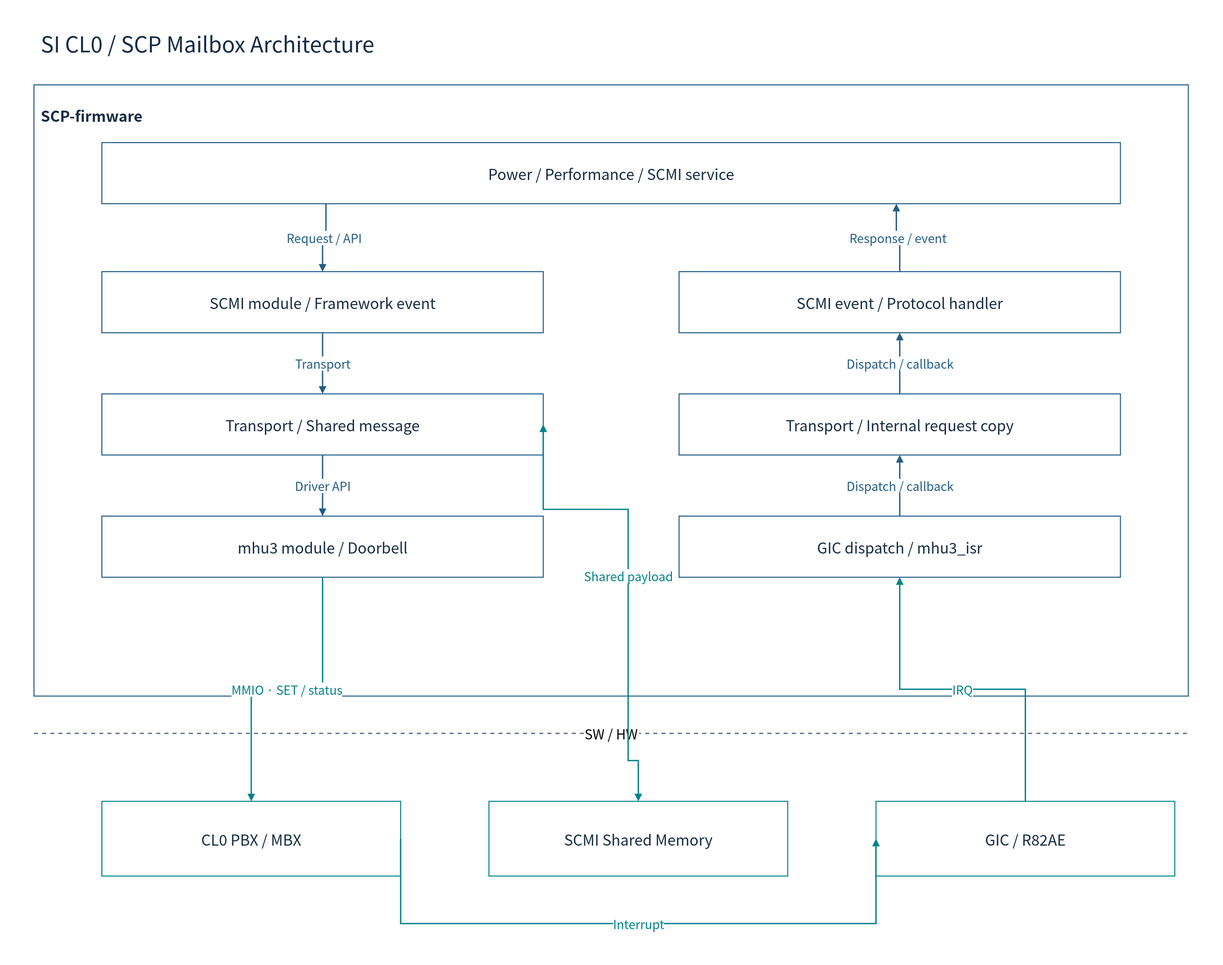
Earlier version of the draw.io export doc/phase1/mailbox/diagrams/17-scp-software.drawio.svg (cometzero/project-apollo). Source tidied: cells renumbered, new cells last; positions are measured from the earlier drawing's top-left corner, leaving out a move shared by most shapes.
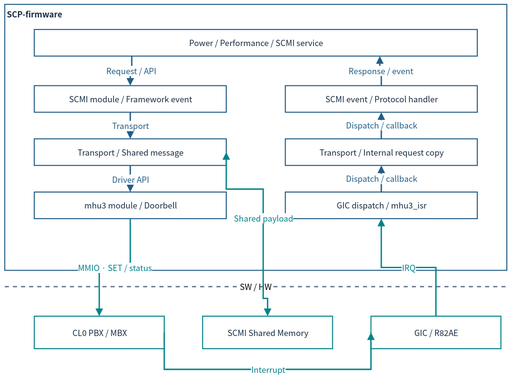
The same file after the commit.

Diff of the diagram source:
```diff
@@ -2,88 +2,82 @@
   <root>
     <mxCell id="0" />
     <mxCell id="1" parent="0" />
-    <mxCell id="2" style="rounded=0;whiteSpace=wrap;html=1;fillColor=#FFFFFF;strokeColor=none;strokeWidth=1.5;fontColor=#172C43;fontFamily=Noto Sans CJK KR;fontSize=22;spacing=10;" parent="1" vertex="1">
-      <mxGeometry width="1800" height="1420" as="geometry" />
-    </mxCell>
-    <mxCell id="3" value="SI CL0 / SCP Mailbox Architecture" style="rounded=0;whiteSpace=wrap;html=1;fillColor=#FFFFFF;strokeColor=none;strokeWidth=1.5;fontColor=#172C43;fontFamily=Noto Sans CJK KR;fontSize=22;spacing=10;fontSize=32;align=left;" parent="1" vertex="1">
-      <mxGeometry x="50" y="30" width="1700" height="65" as="geometry" />
-    </mxCell>
-    <mxCell id="4" value="SCP-firmware" style="rounded=0;whiteSpace=wrap;html=1;fillColor=#FFFFFF;strokeColor=#235D86;strokeWidth=1.5;fontColor=#172C43;fontFamily=Noto Sans CJK KR;fontSize=22;spacing=10;verticalAlign=top;fontStyle=1;spacingTop=16;align=left;" parent="1" vertex="1">
-      <mxGeometry x="50" y="125" width="1700" height="900" as="geometry" />
+    <mxCell id="4" value="SCP-firmware" style="rounded=0;whiteSpace=wrap;html=1;fillColor=#FFFFFF;strokeColor=#235D86;strokeWidth=1.5;fontColor=#172C43;fontFamily=Noto Sans CJK KR;verticalAlign=top;fontStyle=1;align=left;fontSize=12;spacing=3;whiteSpace=wrap;" parent="1" vertex="1">
+      <mxGeometry x="12" y="29.4" width="740" height="391.8" as="geometry" />
     </mxCell>
-    <mxCell id="5" value="Power / Performance / SCMI service" style="rounded=0;whiteSpace=wrap;html=1;fillColor=#FFFFFF;strokeColor=#235D86;strokeWidth=1.5;fontColor=#172C43;fontFamily=Noto Sans CJK KR;fontSize=22;spacing=10;" parent="4" vertex="1">
-      <mxGeometry x="100" y="85" width="1500" height="90" as="geometry" />
+    <mxCell id="5" value="Power / Performance / SCMI service" style="rounded=0;whiteSpace=wrap;html=1;fillColor=#FFFFFF;strokeColor=#235D86;strokeWidth=1.5;fontColor=#172C43;fontFamily=Noto Sans CJK KR;fontSize=12;spacing=3;whiteSpace=wrap;" parent="4" vertex="1">
+      <mxGeometry x="43.5" y="37" width="652.9" height="39.2" as="geometry" />
     </mxCell>
-    <mxCell id="6" value="SCMI module / Framework event" style="rounded=0;whiteSpace=wrap;html=1;fillColor=#FFFFFF;strokeColor=#235D86;strokeWidth=1.5;fontColor=#172C43;fontFamily=Noto Sans CJK KR;fontSize=22;spacing=10;" parent="4" vertex="1">
-      <mxGeometry x="100" y="275" width="650" height="90" as="geometry" />
+    <mxCell id="6" value="SCMI module / Framework event" style="rounded=0;whiteSpace=wrap;html=1;fillColor=#FFFFFF;strokeColor=#235D86;strokeWidth=1.5;fontColor=#172C43;fontFamily=Noto Sans CJK KR;fontSize=12;spacing=3;whiteSpace=wrap;" parent="4" vertex="1">
+      <mxGeometry x="43.5" y="119.7" width="282.9" height="39.2" as="geometry" />
     </mxCell>
-    <mxCell id="7" value="Transport / Shared message" style="rounded=0;whiteSpace=wrap;html=1;fillColor=#FFFFFF;strokeColor=#235D86;strokeWidth=1.5;fontColor=#172C43;fontFamily=Noto Sans CJK KR;fontSize=22;spacing=10;" parent="4" vertex="1">
-      <mxGeometry x="100" y="455" width="650" height="90" as="geometry" />
+    <mxCell id="7" value="Transport / Shared message" style="rounded=0;whiteSpace=wrap;html=1;fillColor=#FFFFFF;strokeColor=#235D86;strokeWidth=1.5;fontColor=#172C43;fontFamily=Noto Sans CJK KR;fontSize=12;spacing=3;whiteSpace=wrap;" parent="4" vertex="1">
+      <mxGeometry x="43.5" y="198.1" width="282.9" height="39.2" as="geometry" />
     </mxCell>
-    <mxCell id="8" value="mhu3 module / Doorbell" style="rounded=0;whiteSpace=wrap;html=1;fillColor=#FFFFFF;strokeColor=#235D86;strokeWidth=1.5;fontColor=#172C43;fontFamily=Noto Sans CJK KR;fontSize=22;spacing=10;" parent="4" vertex="1">
-      <mxGeometry x="100" y="635" width="650" height="90" as="geometry" />
+    <mxCell id="8" value="mhu3 module / Doorbell" style="rounded=0;whiteSpace=wrap;html=1;fillColor=#FFFFFF;strokeColor=#235D86;strokeWidth=1.5;fontColor=#172C43;fontFamily=Noto Sans CJK KR;fontSize=12;spacing=3;whiteSpace=wrap;" parent="4" vertex="1">
+      <mxGeometry x="43.5" y="276.4" width="282.9" height="39.2" as="geometry" />
     </mxCell>
-    <mxCell id="9" value="SCMI event / Protocol handler" style="rounded=0;whiteSpace=wrap;html=1;fillColor=#FFFFFF;strokeColor=#235D86;strokeWidth=1.5;fontColor=#172C43;fontFamily=Noto Sans CJK KR;fontSize=22;spacing=10;" parent="4" vertex="1">
-      <mxGeometry x="950" y="275" width="650" height="90" as="geometry" />
+    <mxCell id="9" value="SCMI event / Protocol handler" style="rounded=0;whiteSpace=wrap;html=1;fillColor=#FFFFFF;strokeColor=#235D86;strokeWidth=1.5;fontColor=#172C43;fontFamily=Noto Sans CJK KR;fontSize=12;spacing=3;whiteSpace=wrap;" parent="4" vertex="1">
+      <mxGeometry x="413.5" y="119.7" width="282.9" height="39.2" as="geometry" />
     </mxCell>
-    <mxCell id="10" value="Transport / Internal request copy" style="rounded=0;whiteSpace=wrap;html=1;fillColor=#FFFFFF;strokeColor=#235D86;strokeWidth=1.5;fontColor=#172C43;fontFamily=Noto Sans CJK KR;fontSize=22;spacing=10;" parent="4" vertex="1">
-      <mxGeometry x="950" y="455" width="650" height="90" as="geometry" />
+    <mxCell id="10" value="Transport / Internal request copy" style="rounded=0;whiteSpace=wrap;html=1;fillColor=#FFFFFF;strokeColor=#235D86;strokeWidth=1.5;fontColor=#172C43;fontFamily=Noto Sans CJK KR;fontSize=12;spacing=3;whiteSpace=wrap;" parent="4" vertex="1">
+      <mxGeometry x="413.5" y="198.1" width="282.9" height="39.2" as="geometry" />
     </mxCell>
-    <mxCell id="11" value="GIC dispatch / mhu3_isr" style="rounded=0;whiteSpace=wrap;html=1;fillColor=#FFFFFF;strokeColor=#235D86;strokeWidth=1.5;fontColor=#172C43;fontFamily=Noto Sans CJK KR;fontSize=22;spacing=10;" parent="4" vertex="1">
-      <mxGeometry x="950" y="635" width="650" height="90" as="geometry" />
+    <mxCell id="11" value="GIC dispatch / mhu3_isr" style="rounded=0;whiteSpace=wrap;html=1;fillColor=#FFFFFF;strokeColor=#235D86;strokeWidth=1.5;fontColor=#172C43;fontFamily=Noto Sans CJK KR;fontSize=12;spacing=3;whiteSpace=wrap;" parent="4" vertex="1">
+      <mxGeometry x="413.5" y="276.4" width="282.9" height="39.2" as="geometry" />
     </mxCell>
-    <mxCell id="12" value="Request / API" style="edgeStyle=orthogonalEdgeStyle;rounded=0;html=1;endArrow=block;endFill=1;strokeWidth=2;strokeColor=#235D86;fontColor=#235D86;fontFamily=Noto Sans CJK KR;fontSize=18;labelBackgroundColor=#FFFFFF;exitX=0.22;exitY=1;entryX=0.5;entryY=0;" parent="1" edge="1" source="5" target="6">
+    <mxCell id="12" value="Request / API" style="edgeStyle=orthogonalEdgeStyle;rounded=0;html=1;endArrow=block;endFill=1;strokeWidth=2;strokeColor=#235D86;fontColor=#235D86;fontFamily=Noto Sans CJK KR;labelBackgroundColor=#FFFFFF;exitX=0.22;exitY=1;entryX=0.5;entryY=0;fontSize=12;spacing=3;whiteSpace=nowrap;" parent="1" edge="1" source="5" target="6">
       <mxGeometry relative="1" as="geometry" />
     </mxCell>
-    <mxCell id="13" value="Transport" style="edgeStyle=orthogonalEdgeStyle;rounded=0;html=1;endArrow=block;endFill=1;strokeWidth=2;strokeColor=#235D86;fontColor=#235D86;fontFamily=Noto Sans CJK KR;fontSize=18;labelBackgroundColor=#FFFFFF;exitX=0.5;exitY=1;entryX=0.5;entryY=0;" parent="1" edge="1" source="6" target="7">
+    <mxCell id="13" value="Transport" style="edgeStyle=orthogonalEdgeStyle;rounded=0;html=1;endArrow=block;endFill=1;strokeWidth=2;strokeColor=#235D86;fontColor=#235D86;fontFamily=Noto Sans CJK KR;labelBackgroundColor=#FFFFFF;exitX=0.5;exitY=1;entryX=0.5;entryY=0;fontSize=12;spacing=3;whiteSpace=nowrap;" parent="1" edge="1" source="6" target="7">
       <mxGeometry relative="1" as="geometry" />
     </mxCell>
-    <mxCell id="14" value="Driver API" style="edgeStyle=orthogonalEdgeStyle;rounded=0;html=1;endArrow=block;endFill=1;strokeWidth=2;strokeColor=#235D86;fontColor=#235D86;fontFamily=Noto Sans CJK KR;fontSize=18;labelBackgroundColor=#FFFFFF;exitX=0.5;exitY=1;entryX=0.5;entryY=0;" parent="1" edge="1" source="7" target="8">
+    <mxCell id="14" value="Driver API" style="edgeStyle=orthogonalEdgeStyle;rounded=0;html=1;endArrow=block;endFill=1;strokeWidth=2;strokeColor=#235D86;fontColor=#235D86;fontFamily=Noto Sans CJK KR;labelBackgroundColor=#FFFFFF;exitX=0.5;exitY=1;entryX=0.5;entryY=0;fontSize=12;spacing=3;whiteSpace=nowrap;" parent="1" edge="1" source="7" target="8">
       <mxGeometry relative="1" as="geometry" />
     </mxCell>
-    <mxCell id="15" value="Dispatch / callback" style="edgeStyle=orthogonalEdgeStyle;rounded=0;html=1;endArrow=block;endFill=1;strokeWidth=2;strokeColor=#235D86;fontColor=#235D86;fontFamily=Noto Sans CJK KR;fontSize=18;labelBackgroundColor=#FFFFFF;exitX=0.5;exitY=0;entryX=0.5;entryY=1;" parent="1" edge="1" source="10" target="9">
+    <mxCell id="15" value="Dispatch / callback" style="edgeStyle=orthogonalEdgeStyle;rounded=0;html=1;endArrow=block;endFill=1;strokeWidth=2;strokeColor=#235D86;fontColor=#235D86;fontFamily=Noto Sans CJK KR;labelBackgroundColor=#FFFFFF;exitX=0.5;exitY=0;entryX=0.5;entryY=1;fontSize=12;spacing=3;whiteSpace=nowrap;" parent="1" edge="1" source="10" target="9">
       <mxGeometry relative="1" as="geometry" />
     </mxCell>
-    <mxCell id="16" value="Dispatch / callback" style="edgeStyle=orthogonalEdgeStyle;rounded=0;html=1;endArrow=block;endFill=1;strokeWidth=2;strokeColor=#235D86;fontColor=#235D86;fontFamily=Noto Sans CJK KR;fontSize=18;labelBackgroundColor=#FFFFFF;exitX=0.5;exitY=0;entryX=0.5;entryY=1;" parent="1" edge="1" source="11" target="10">
+    <mxCell id="16" value="Dispatch / callback" style="edgeStyle=orthogonalEdgeStyle;rounded=0;html=1;endArrow=block;endFill=1;strokeWidth=2;strokeColor=#235D86;fontColor=#235D86;fontFamily=Noto Sans CJK KR;labelBackgroundColor=#FFFFFF;exitX=0.5;exitY=0;entryX=0.5;entryY=1;fontSize=12;spacing=3;whiteSpace=nowrap;" parent="1" edge="1" source="11" target="10">
       <mxGeometry relative="1" as="geometry" />
     </mxCell>
-    <mxCell id="17" value="Response / event" style="edgeStyle=orthogonalEdgeStyle;rounded=0;html=1;endArrow=block;endFill=1;strokeWidth=2;strokeColor=#235D86;fontColor=#235D86;fontFamily=Noto Sans CJK KR;fontSize=18;labelBackgroundColor=#FFFFFF;exitX=0.5;exitY=0;entryX=0.78;entryY=1;" parent="1" edge="1" source="9" target="5">
+    <mxCell id="17" value="Response / event" style="edgeStyle=orthogonalEdgeStyle;rounded=0;html=1;endArrow=block;endFill=1;strokeWidth=2;strokeColor=#235D86;fontColor=#235D86;fontFamily=Noto Sans CJK KR;labelBackgroundColor=#FFFFFF;exitX=0.5;exitY=0;entryX=0.78;entryY=1;fontSize=12;spacing=3;whiteSpace=nowrap;" parent="1" edge="1" source="9" target="5">
       <mxGeometry relative="1" as="geometry" />
     </mxCell>
-    <mxCell id="18" value="SW / HW" style="endArrow=none;dashed=1;strokeColor=#64748B;strokeWidth=2;fontSize=20;labelBackgroundColor=#FFFFFF;fontFamily=Noto Sans CJK KR;" parent="1" edge="1">
+    <mxCell id="18" value="SW / HW" style="endArrow=none;dashed=1;strokeColor=#64748B;strokeWidth=2;labelBackgroundColor=#FFFFFF;fontFamily=Noto Sans CJK KR;fontSize=12;spacing=3;whiteSpace=nowrap;" parent="1" edge="1">
       <mxGeometry relative="1" as="geometry">
-        <mxPoint x="50" y="1080" as="sourcePoint" />
-        <mxPoint x="1750" y="1080" as="targetPoint" />
+        <mxPoint x="12" y="445.1" as="sourcePoint" />
+        <mxPoint x="752" y="445.1" as="targetPoint" />
       </mxGeometry>
     </mxCell>
-    <mxCell id="19" value="CL0 PBX / MBX" style="rounded=0;whiteSpace=wrap;html=1;fillColor=#FFFFFF;strokeColor=#00838A;strokeWidth=1.5;fontColor=#172C43;fontFamily=Noto Sans CJK KR;fontSize=22;spacing=10;" parent="1" vertex="1">
-      <mxGeometry x="150" y="1180" width="440" height="110" as="geometry" />
+    <mxCell id="19" value="CL0 PBX / MBX" style="rounded=0;whiteSpace=wrap;html=1;fillColor=#FFFFFF;strokeColor=#00838A;strokeWidth=1.5;fontColor=#172C43;fontFamily=Noto Sans CJK KR;fontSize=12;spacing=3;whiteSpace=wrap;" parent="1" vertex="1">
+      <mxGeometry x="55.5" y="488.6" width="191.5" height="47.9" as="geometry" />
     </mxCell>
-    <mxCell id="20" value="SCMI Shared Memory" style="rounded=0;whiteSpace=wrap;html=1;fillColor=#FFFFFF;strokeColor=#00838A;strokeWidth=1.5;fontColor=#172C43;fontFamily=Noto Sans CJK KR;fontSize=22;spacing=10;" parent="1" vertex="1">
-      <mxGeometry x="720" y="1180" width="440" height="110" as="geometry" />
+    <mxCell id="20" value="SCMI Shared Memory" style="rounded=0;whiteSpace=wrap;html=1;fillColor=#FFFFFF;strokeColor=#00838A;strokeWidth=1.5;fontColor=#172C43;fontFamily=Noto Sans CJK KR;fontSize=12;spacing=3;whiteSpace=wrap;" parent="1" vertex="1">
+      <mxGeometry x="303.6" y="488.6" width="191.5" height="47.9" as="geometry" />
     </mxCell>
-    <mxCell id="21" value="GIC / R82AE" style="rounded=0;whiteSpace=wrap;html=1;fillColor=#FFFFFF;strokeColor=#00838A;strokeWidth=1.5;fontColor=#172C43;fontFamily=Noto Sans CJK KR;fontSize=22;spacing=10;" parent="1" vertex="1">
-      <mxGeometry x="1290" y="1180" width="440" height="110" as="geometry" />
+    <mxCell id="21" value="GIC / R82AE" style="rounded=0;whiteSpace=wrap;html=1;fillColor=#FFFFFF;strokeColor=#00838A;strokeWidth=1.5;fontColor=#172C43;fontFamily=Noto Sans CJK KR;fontSize=12;spacing=3;whiteSpace=wrap;" parent="1" vertex="1">
+      <mxGeometry x="551.8" y="488.6" width="191.5" height="47.9" as="geometry" />
     </mxCell>
-    <mxCell id="22" value="MMIO · SET / status" style="edgeStyle=orthogonalEdgeStyle;rounded=0;html=1;endArrow=block;endFill=1;strokeWidth=2;strokeColor=#00838A;fontColor=#00838A;fontFamily=Noto Sans CJK KR;fontSize=18;labelBackgroundColor=#FFFFFF;exitX=0.5;exitY=1;entryX=0.5;entryY=0;" parent="1" edge="1" source="8" target="19">
+    <mxCell id="22" value="MMIO · SET / status" style="edgeStyle=orthogonalEdgeStyle;rounded=0;html=1;endArrow=block;endFill=1;strokeWidth=2;strokeColor=#00838A;fontColor=#00838A;fontFamily=Noto Sans CJK KR;labelBackgroundColor=#FFFFFF;exitX=0.5;exitY=1;entryX=0.5;entryY=0;fontSize=12;spacing=3;whiteSpace=nowrap;" parent="1" edge="1" source="8" target="19">
       <mxGeometry relative="1" as="geometry" />
     </mxCell>
-    <mxCell id="23" value="IRQ" style="edgeStyle=orthogonalEdgeStyle;rounded=0;html=1;endArrow=block;endFill=1;strokeWidth=2;strokeColor=#00838A;fontColor=#00838A;fontFamily=Noto Sans CJK KR;fontSize=18;labelBackgroundColor=#FFFFFF;exitX=0.5;exitY=0;entryX=0.5;entryY=1;" parent="1" edge="1" source="21" target="11">
+    <mxCell id="23" value="IRQ" style="edgeStyle=orthogonalEdgeStyle;rounded=0;html=1;endArrow=block;endFill=1;strokeWidth=2;strokeColor=#00838A;fontColor=#00838A;fontFamily=Noto Sans CJK KR;labelBackgroundColor=#FFFFFF;exitX=0.5;exitY=0;entryX=0.5;entryY=1;fontSize=12;spacing=3;whiteSpace=nowrap;" parent="1" edge="1" source="21" target="11">
       <mxGeometry relative="1" as="geometry" />
     </mxCell>
-    <mxCell id="24" value="Interrupt" style="edgeStyle=orthogonalEdgeStyle;rounded=0;html=1;endArrow=block;endFill=1;strokeWidth=2;strokeColor=#00838A;fontColor=#00838A;fontFamily=Noto Sans CJK KR;fontSize=18;labelBackgroundColor=#FFFFFF;exitX=1;exitY=0.5;entryX=0;entryY=0.5;" parent="1" edge="1" source="19" target="21">
+    <mxCell id="24" value="Interrupt" style="edgeStyle=orthogonalEdgeStyle;rounded=0;html=1;endArrow=block;endFill=1;strokeWidth=2;strokeColor=#00838A;fontColor=#00838A;fontFamily=Noto Sans CJK KR;labelBackgroundColor=#FFFFFF;exitX=1;exitY=0.5;entryX=0;entryY=0.5;fontSize=12;spacing=3;whiteSpace=nowrap;" parent="1" edge="1" source="19" target="21">
       <mxGeometry relative="1" as="geometry">
         <Array as="points">
-          <mxPoint x="650" y="1360" />
-          <mxPoint x="1500" y="1360" />
+          <mxPoint x="273.2" y="567" />
+          <mxPoint x="643.2" y="567" />
         </Array>
       </mxGeometry>
     </mxCell>
-    <mxCell id="25" value="Shared payload" style="edgeStyle=orthogonalEdgeStyle;rounded=0;html=1;endArrow=block;endFill=1;strokeWidth=2;strokeColor=#00838A;fontColor=#00838A;fontFamily=Noto Sans CJK KR;fontSize=18;labelBackgroundColor=#FFFFFF;exitX=1;exitY=0.5;entryX=0.5;entryY=0;startArrow=block;startFill=1;" parent="1" edge="1" source="7" target="20">
+    <mxCell id="25" value="Shared payload" style="edgeStyle=orthogonalEdgeStyle;rounded=0;html=1;endArrow=block;endFill=1;strokeWidth=2;strokeColor=#00838A;fontColor=#00838A;fontFamily=Noto Sans CJK KR;labelBackgroundColor=#FFFFFF;exitX=1;exitY=0.5;entryX=0.5;entryY=0;startArrow=block;startFill=1;fontSize=12;spacing=3;whiteSpace=nowrap;" parent="1" edge="1" source="7" target="20">
       <mxGeometry relative="1" as="geometry">
         <Array as="points">
-          <mxPoint x="925" y="750" />
-          <mxPoint x="925" y="1120" />
+          <mxPoint x="392.9" y="301.5" />
+          <mxPoint x="392.9" y="462.5" />
         </Array>
       </mxGeometry>
     </mxCell>
```
